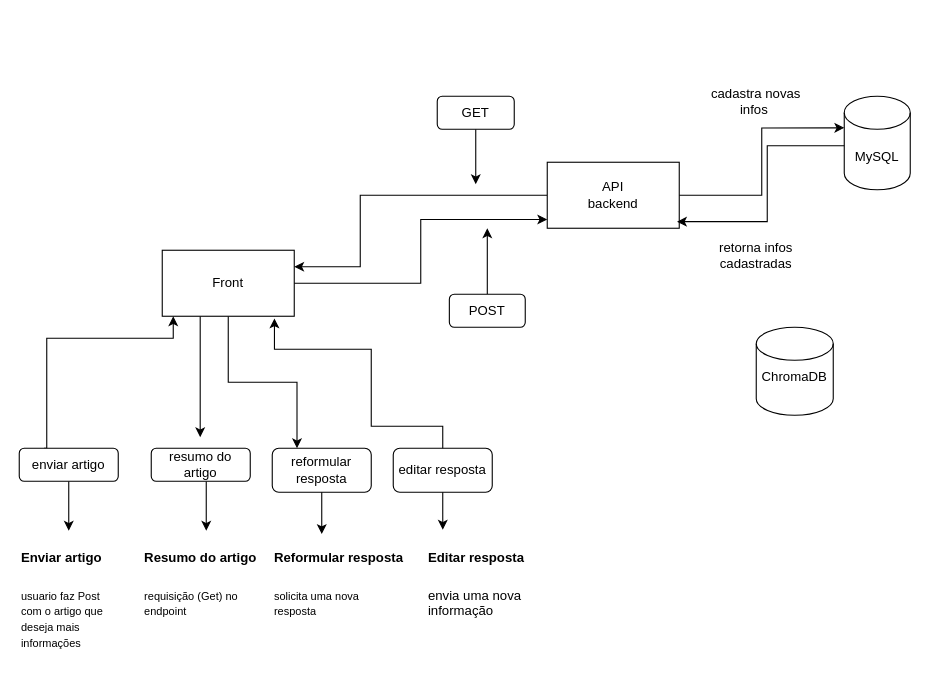
This is Diagrama sem nome.drawio from britobeatriz/c0miss40proj3ct, a draw.io file, before an edit. Source tidied: cells renumbered, new cells numbered last; positions are measured from the earlier drawing's top-left corner, leaving out a move shared by most shapes. Both pictures are drawn from the tidied source at 110%, with x=0, y=0 at pixel (19, 85).
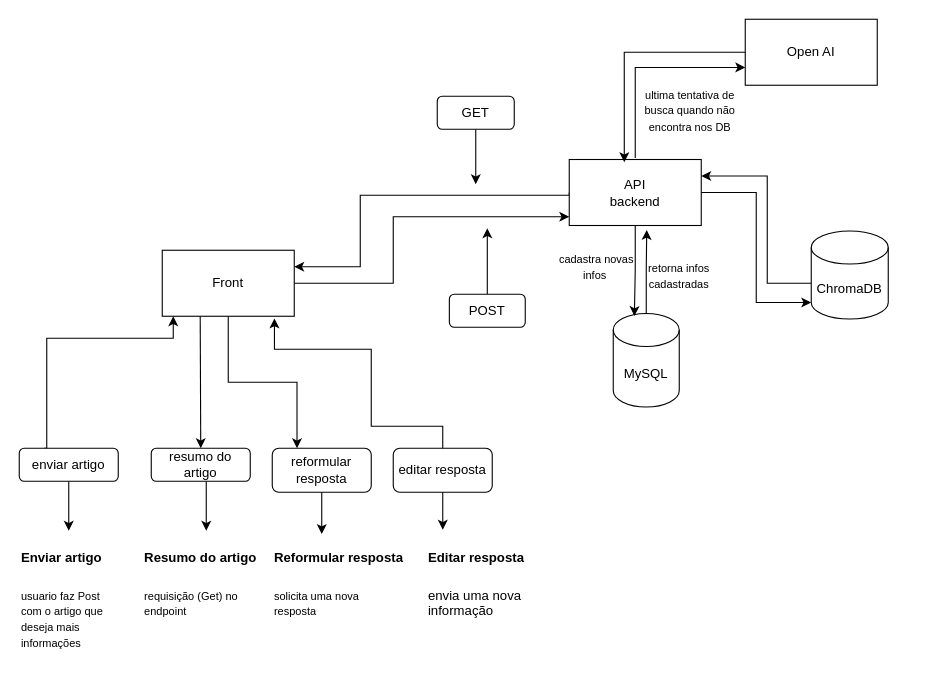
After the change.

Unchanged cells that the change refers to:
```xml
<mxCell id="4" value="Front" style="rounded=0;whiteSpace=wrap;html=1;" parent="1" vertex="1">
  <mxGeometry x="130" y="150" width="120" height="60" as="geometry" />
</mxCell>
<mxCell id="15" value="resumo do artigo" style="rounded=1;whiteSpace=wrap;html=1;" parent="1" vertex="1">
  <mxGeometry x="120" y="330" width="90" height="30" as="geometry" />
</mxCell>
```

Diff of the diagram source:
```diff
@@
-    <mxCell id="2" style="edgeStyle=orthogonalEdgeStyle;rounded=0;orthogonalLoop=1;jettySize=auto;html=1;" parent="1" edge="1">
+    <mxCell id="2" style="edgeStyle=orthogonalEdgeStyle;rounded=0;jettySize=auto;html=1;entryX=0.5;entryY=0;entryDx=0;entryDy=0;" parent="1" edge="1" target="15">
       <mxGeometry relative="1" as="geometry">
         <mxPoint x="164.5" y="210" as="sourcePoint" />
-        <mxPoint x="164.5" y="320" as="targetPoint" />
-        <Array as="points">
-          <mxPoint x="164.5" y="270" />
-          <mxPoint x="164.5" y="270" />
-        </Array>
       </mxGeometry>
     </mxCell>
@@
-    <mxCell id="5" style="edgeStyle=orthogonalEdgeStyle;rounded=0;orthogonalLoop=1;jettySize=auto;html=1;exitX=0;exitY=0.5;exitDx=0;exitDy=0;entryX=1;entryY=0.25;entryDx=0;entryDy=0;" parent="1" edge="1">
+    <mxCell id="5" style="edgeStyle=orthogonalEdgeStyle;rounded=0;jettySize=auto;html=1;exitX=0;exitY=0.5;exitDx=0;exitDy=0;entryX=1;entryY=0.25;entryDx=0;entryDy=0;" parent="1" edge="1" source="6">
       <mxGeometry relative="1" as="geometry">
-        <mxPoint x="480" y="100" as="sourcePoint" />
         <mxPoint x="250" y="165" as="targetPoint" />
         <Array as="points">
+          <mxPoint x="500" y="100" />
           <mxPoint x="310" y="100" />
           <mxPoint x="310" y="165" />
         </Array>
       </mxGeometry>
     </mxCell>
+    <mxCell id="34" style="edgeStyle=orthogonalEdgeStyle;rounded=0;orthogonalLoop=1;jettySize=auto;html=1;entryX=0;entryY=0.75;entryDx=0;entryDy=0;" parent="1" edge="1">
+      <mxGeometry relative="1" as="geometry">
+        <mxPoint x="560" y="66.2" as="sourcePoint" />
+        <mxPoint x="660" y="-16.2" as="targetPoint" />
+        <Array as="points">
+          <mxPoint x="560" y="-16" />
+        </Array>
+      </mxGeometry>
+    </mxCell>
     <mxCell id="6" value="API&lt;div&gt;backend&lt;/div&gt;" style="rounded=0;whiteSpace=wrap;html=1;" parent="1" vertex="1">
-      <mxGeometry x="480" y="70" width="120" height="60" as="geometry" />
+      <mxGeometry x="500" y="67.5" width="120" height="60" as="geometry" />
     </mxCell>
     <mxCell id="7" style="shape=cylinder3;whiteSpace=wrap;html=1;boundedLbl=1;backgroundOutline=1;size=15;" parent="1" vertex="1">
-      <mxGeometry x="750" y="10" width="60" height="85" as="geometry" />
+      <mxGeometry x="540" y="207.5" width="60" height="85" as="geometry" />
     </mxCell>
@@
     <mxCell id="12" style="edgeStyle=orthogonalEdgeStyle;rounded=0;jettySize=auto;html=1;exitX=1;exitY=0.5;exitDx=0;exitDy=0;entryX=0;entryY=0.867;entryDx=0;entryDy=0;entryPerimeter=0;" parent="1" edge="1" source="4" target="6">
-      <mxGeometry relative="1" as="geometry" />
+      <mxGeometry relative="1" as="geometry">
+        <Array as="points">
+          <mxPoint x="340" y="180" />
+          <mxPoint x="340" y="120" />
+        </Array>
+      </mxGeometry>
     </mxCell>
-    <mxCell id="13" style="edgeStyle=orthogonalEdgeStyle;rounded=0;jettySize=auto;html=1;entryX=0.983;entryY=0.9;entryDx=0;entryDy=0;entryPerimeter=0;" parent="1" edge="1" source="7" target="6">
-      <mxGeometry relative="1" as="geometry">
-        <Array as="points">
-          <mxPoint x="680" y="55" />
-          <mxPoint x="680" y="124" />
-        </Array>
-      </mxGeometry>
-    </mxCell>
@@
-    <mxCell id="28" value="cadastra novas infos&amp;nbsp;" style="text;html=1;align=center;verticalAlign=middle;whiteSpace=wrap;rounded=0;" parent="1" vertex="1">
-      <mxGeometry x="620" width="100" height="30" as="geometry" />
+    <mxCell id="28" value="&lt;font style=&quot;font-size: 10px;&quot;&gt;cadastra novas infos&amp;nbsp;&lt;/font&gt;" style="text;html=1;align=center;verticalAlign=middle;whiteSpace=wrap;rounded=0;" parent="1" vertex="1">
+      <mxGeometry x="490" y="150" width="70" height="30" as="geometry" />
     </mxCell>
-    <mxCell id="29" value="retorna infos cadastradas" style="text;html=1;align=center;verticalAlign=middle;whiteSpace=wrap;rounded=0;" parent="1" vertex="1">
-      <mxGeometry x="620" y="140" width="100" height="30" as="geometry" />
+    <mxCell id="29" value="&lt;font style=&quot;font-size: 10px;&quot;&gt;retorna infos cadastradas&lt;/font&gt;" style="text;html=1;align=center;verticalAlign=middle;whiteSpace=wrap;rounded=0;" parent="1" vertex="1">
+      <mxGeometry x="570" y="157.5" width="60" height="30" as="geometry" />
     </mxCell>
     <mxCell id="30" value="MySQL" style="text;html=1;align=center;verticalAlign=middle;whiteSpace=wrap;rounded=0;" parent="1" vertex="1">
-      <mxGeometry x="755" y="50" width="50" height="30" as="geometry" />
+      <mxGeometry x="545" y="247.5" width="50" height="30" as="geometry" />
     </mxCell>
+    <mxCell id="35" style="edgeStyle=orthogonalEdgeStyle;rounded=0;jettySize=auto;html=1;entryX=1;entryY=0.25;entryDx=0;entryDy=0;" parent="1" edge="1" source="31" target="6">
+      <mxGeometry relative="1" as="geometry">
+        <Array as="points">
+          <mxPoint x="680" y="180" />
+          <mxPoint x="680" y="83" />
+        </Array>
+      </mxGeometry>
+    </mxCell>
     <mxCell id="31" style="shape=cylinder3;whiteSpace=wrap;html=1;boundedLbl=1;backgroundOutline=1;size=15;" parent="1" vertex="1">
-      <mxGeometry x="670" y="220" width="70" height="80" as="geometry" />
+      <mxGeometry x="720" y="132.5" width="70" height="80" as="geometry" />
     </mxCell>
     <mxCell id="32" value="ChromaDB" style="text;html=1;align=center;verticalAlign=middle;whiteSpace=wrap;rounded=0;" parent="1" vertex="1">
-      <mxGeometry x="675" y="250" width="60" height="30" as="geometry" />
+      <mxGeometry x="725" y="170" width="60" height="30" as="geometry" />
     </mxCell>
+    <mxCell id="36" value="Open AI" style="rounded=0;whiteSpace=wrap;html=1;" parent="1" vertex="1">
+      <mxGeometry x="660" y="-60" width="120" height="60" as="geometry" />
+    </mxCell>
-    <mxCell id="33" style="edgeStyle=orthogonalEdgeStyle;rounded=0;jettySize=auto;html=1;entryX=0;entryY=0;entryDx=0;entryDy=28.75;entryPerimeter=0;" parent="1" edge="1" source="6" target="7">
+    <mxCell id="33" style="edgeStyle=orthogonalEdgeStyle;rounded=0;jettySize=auto;html=1;entryX=0.32;entryY=0.028;entryDx=0;entryDy=0;entryPerimeter=0;" parent="1" edge="1" source="6" target="7">
       <mxGeometry relative="1" as="geometry" />
     </mxCell>
+    <mxCell id="13" style="edgeStyle=orthogonalEdgeStyle;rounded=0;jettySize=auto;html=1;entryX=0.587;entryY=1.067;entryDx=0;entryDy=0;entryPerimeter=0;" parent="1" edge="1" source="7" target="6">
+      <mxGeometry relative="1" as="geometry" />
+    </mxCell>
+    <mxCell id="37" style="edgeStyle=orthogonalEdgeStyle;rounded=0;jettySize=auto;html=1;entryX=0;entryY=1;entryDx=0;entryDy=-15;entryPerimeter=0;" parent="1" edge="1" source="6" target="31">
+      <mxGeometry relative="1" as="geometry" />
+    </mxCell>
+    <mxCell id="38" style="edgeStyle=orthogonalEdgeStyle;rounded=0;jettySize=auto;html=1;entryX=0.417;entryY=0.042;entryDx=0;entryDy=0;entryPerimeter=0;" parent="1" edge="1" source="36" target="6">
+      <mxGeometry relative="1" as="geometry" />
+    </mxCell>
+    <mxCell id="39" value="&lt;font style=&quot;font-size: 10px;&quot;&gt;ultima tentativa de busca quando não encontra nos DB&lt;/font&gt;" style="text;html=1;align=center;verticalAlign=middle;whiteSpace=wrap;rounded=0;" parent="1" vertex="1">
+      <mxGeometry x="560" y="5" width="100" height="35" as="geometry" />
+    </mxCell>
```
